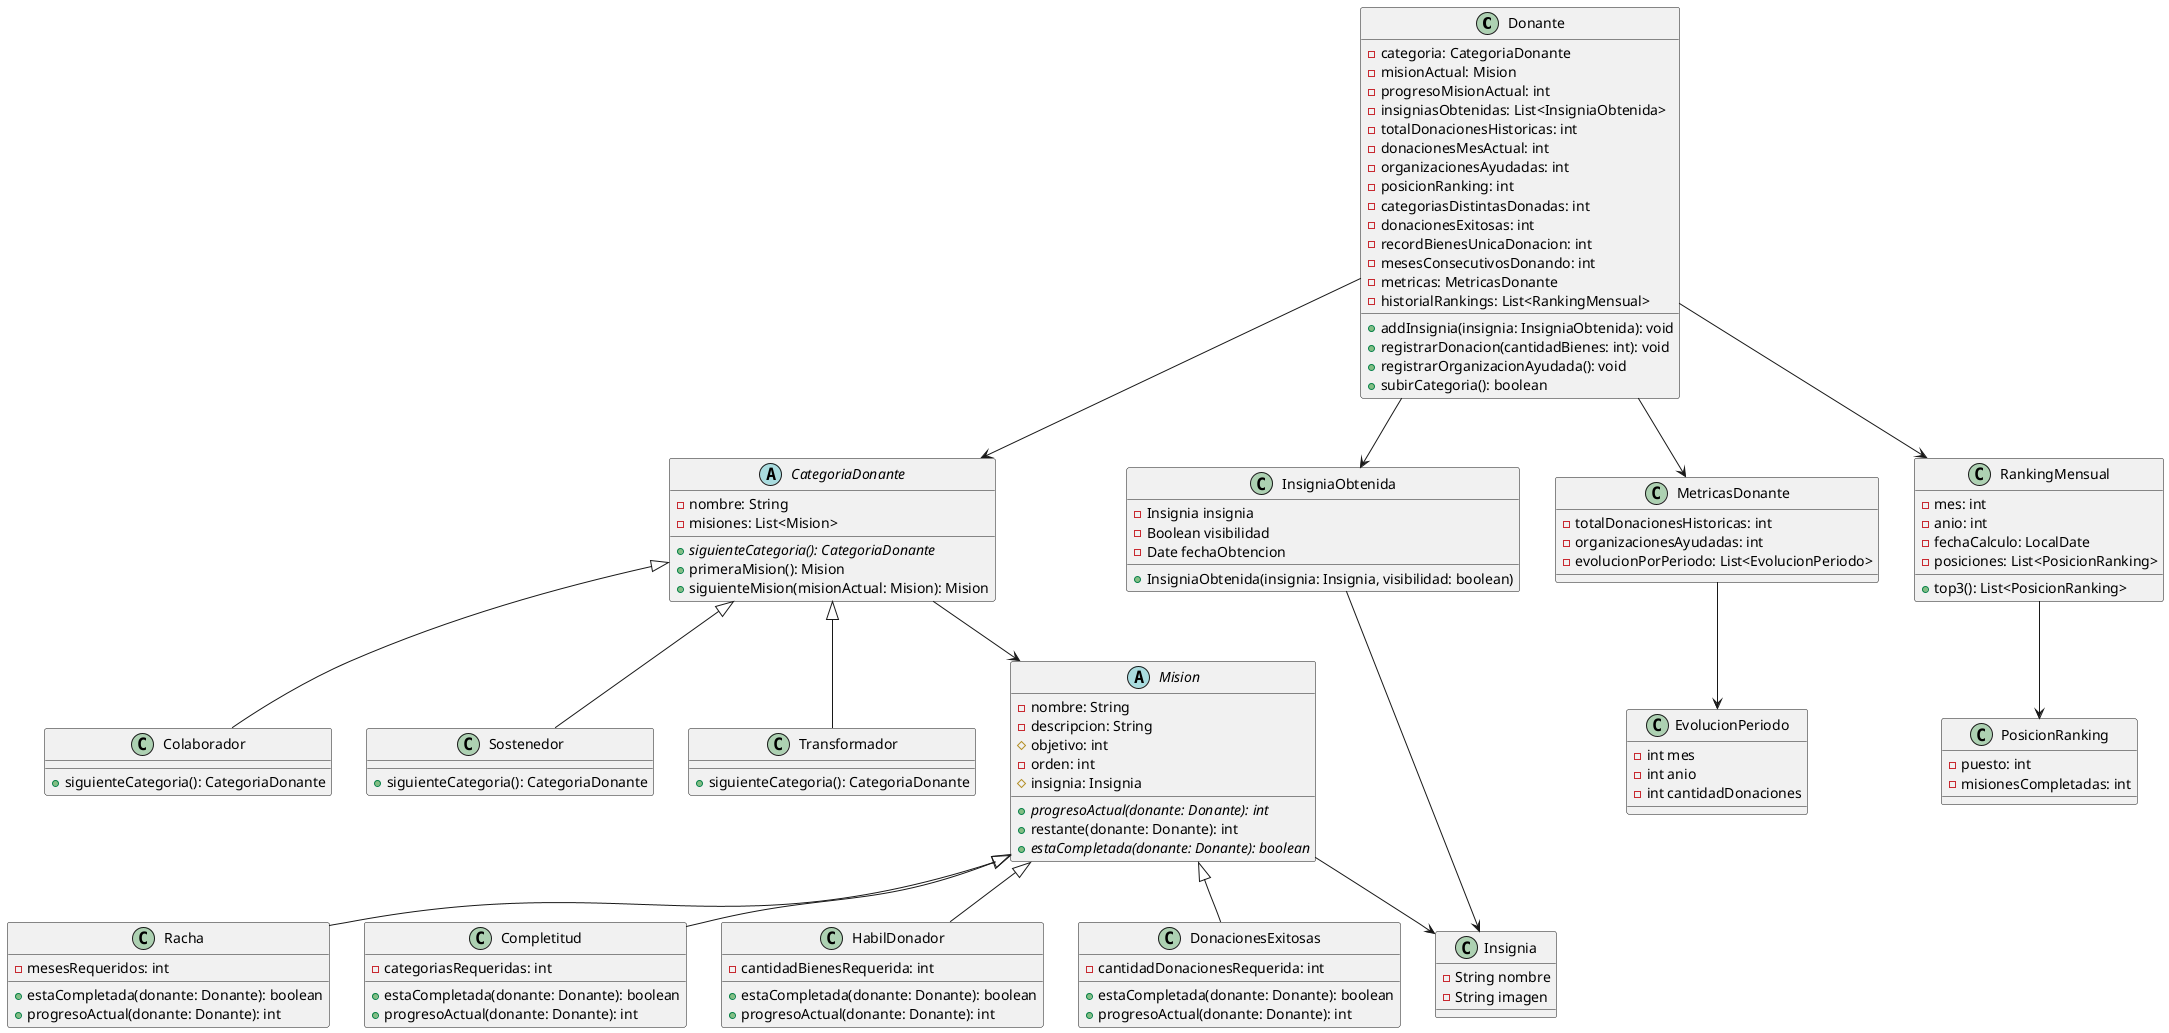
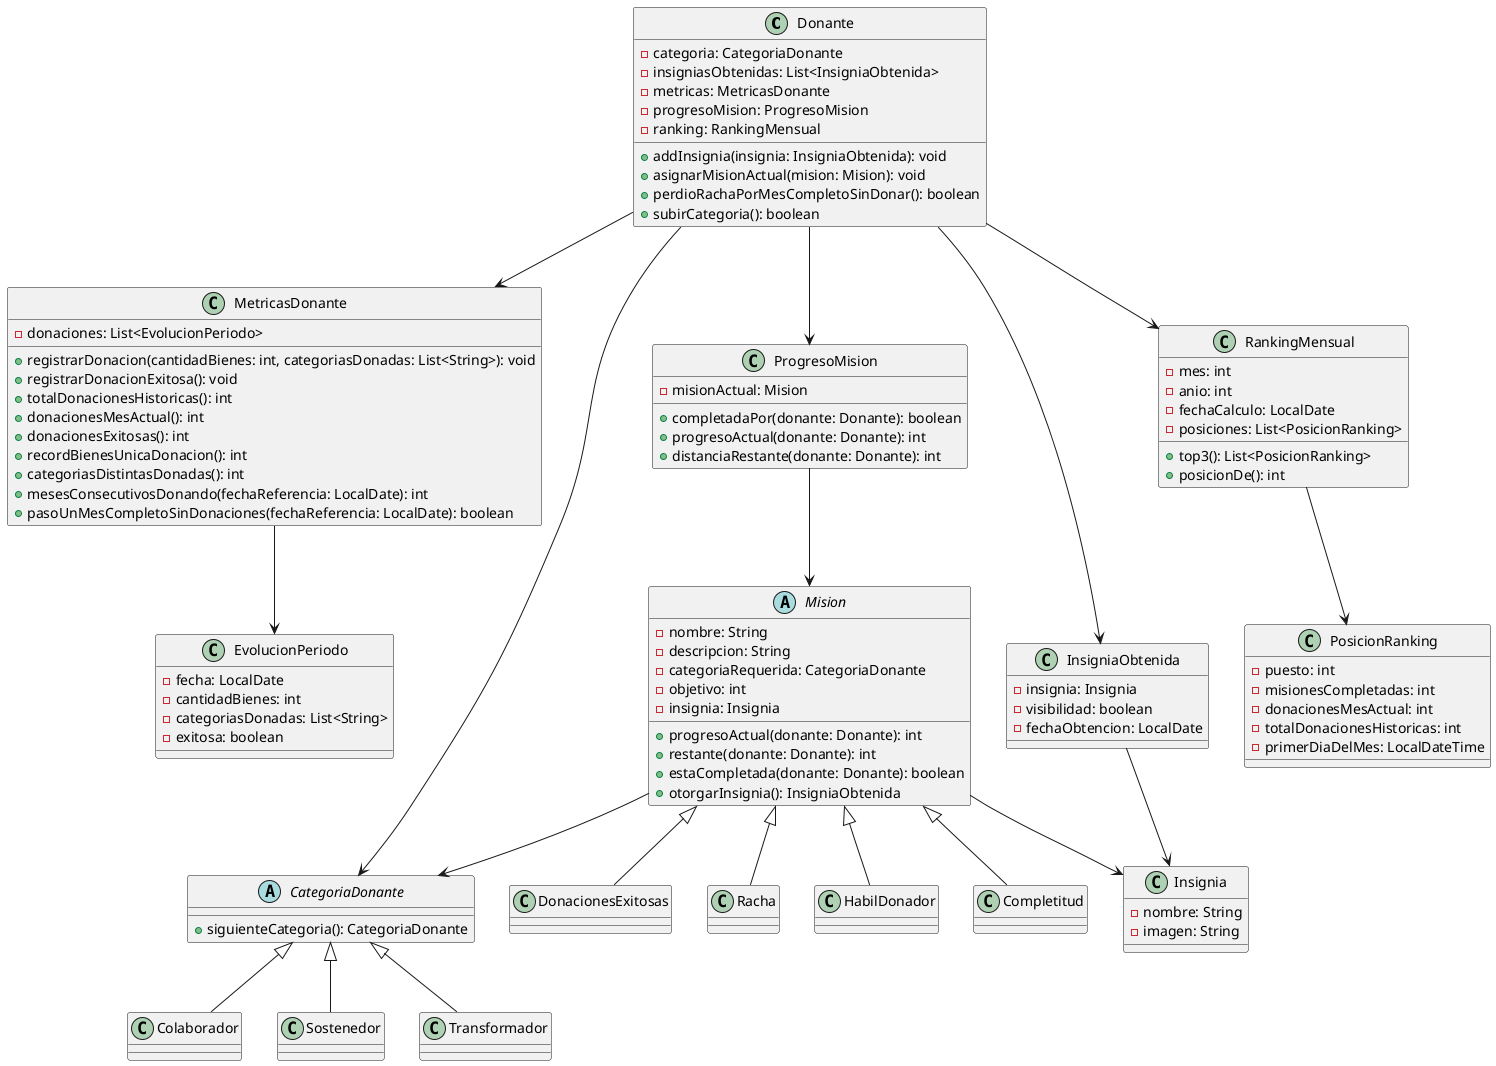
@startuml diagramaClasesIncentivosModel

class Donante {
    - categoria: CategoriaDonante
-     - misionActual: Mision
-     - progresoMisionActual: int
    - insigniasObtenidas: List<InsigniaObtenida>
-     - totalDonacionesHistoricas: int
-     - donacionesMesActual: int
-     - organizacionesAyudadas: int
-     - posicionRanking: int
-     - categoriasDistintasDonadas: int
-     - donacionesExitosas: int
-     - recordBienesUnicaDonacion: int
-     - mesesConsecutivosDonando: int
    - metricas: MetricasDonante
-     - historialRankings: List<RankingMensual>
+     - progresoMision: ProgresoMision
+     - ranking: RankingMensual
+ 
    + addInsignia(insignia: InsigniaObtenida): void
-     + registrarDonacion(cantidadBienes: int): void
-     + registrarOrganizacionAyudada(): void
+     + asignarMisionActual(mision: Mision): void
+     + perdioRachaPorMesCompletoSinDonar(): boolean
    + subirCategoria(): boolean
}


- abstract class CategoriaDonante {
-     - nombre: String
-     - misiones: List<Mision>
- 
-     + siguienteCategoria(): CategoriaDonante {abstract}
-     + primeraMision(): Mision
-     + siguienteMision(misionActual: Mision): Mision
+ class MetricasDonante {
+     - donaciones: List<EvolucionPeriodo>
+     + registrarDonacion(cantidadBienes: int, categoriasDonadas: List<String>): void
+     + registrarDonacionExitosa(): void
+     + totalDonacionesHistoricas(): int
+     + donacionesMesActual(): int
+     + donacionesExitosas(): int
+     + recordBienesUnicaDonacion(): int
+     + categoriasDistintasDonadas(): int
+     + mesesConsecutivosDonando(fechaReferencia: LocalDate): int
+     + pasoUnMesCompletoSinDonaciones(fechaReferencia: LocalDate): boolean
}

- class Colaborador extends CategoriaDonante {
+ class EvolucionPeriodo {
+     - fecha: LocalDate
+     - cantidadBienes: int
+     - categoriasDonadas: List<String>
+     - exitosa: boolean
+ }
+ 
+ class ProgresoMision {
+     - misionActual: Mision
+ 
+     + completadaPor(donante: Donante): boolean
+     + progresoActual(donante: Donante): int
+     + distanciaRestante(donante: Donante): int
+ }
+ 
+ abstract class CategoriaDonante {
    + siguienteCategoria(): CategoriaDonante
}

- class Sostenedor extends CategoriaDonante{
-     + siguienteCategoria(): CategoriaDonante
- }
- 
- class Transformador extends CategoriaDonante{
-     + siguienteCategoria(): CategoriaDonante
- }
+ class Colaborador extends CategoriaDonante
+ class Sostenedor extends CategoriaDonante
+ class Transformador extends CategoriaDonante

abstract class Mision {
    - nombre: String
    - descripcion: String
-     # objetivo: int
-     - orden: int
-     # insignia: Insignia
+     - categoriaRequerida: CategoriaDonante
+     - objetivo: int
+     - insignia: Insignia

-     + progresoActual(donante: Donante): int {abstract}
+     + progresoActual(donante: Donante): int
    + restante(donante: Donante): int
-     + estaCompletada(donante: Donante): boolean {abstract}
+     + estaCompletada(donante: Donante): boolean
+     + otorgarInsignia(): InsigniaObtenida
}

- class Racha extends Mision {
-     - mesesRequeridos: int
-     + estaCompletada(donante: Donante): boolean
-     + progresoActual(donante: Donante): int
- }
- 
- class Completitud extends Mision {
-     - categoriasRequeridas: int
-     + estaCompletada(donante: Donante): boolean
-     + progresoActual(donante: Donante): int
- }
- 
- class HabilDonador extends Mision {
-     - cantidadBienesRequerida: int
-     + estaCompletada(donante: Donante): boolean
-     + progresoActual(donante: Donante): int
- }
- 
- class DonacionesExitosas extends Mision {
-     - cantidadDonacionesRequerida: int
-     + estaCompletada(donante: Donante): boolean
-     + progresoActual(donante: Donante): int
- }
+ class DonacionesExitosas extends Mision
+ class Racha extends Mision
+ class HabilDonador extends Mision
+ class Completitud extends Mision

class Insignia {
-     - String nombre
-     - String imagen
+     - nombre: String
+     - imagen: String
}

class InsigniaObtenida {
-     - Insignia insignia
-     - Boolean visibilidad
-     - Date fechaObtencion
- 
-     + InsigniaObtenida(insignia: Insignia, visibilidad: boolean)
- }
- 
- class EvolucionPeriodo {
-     - int mes
-     - int anio
-     - int cantidadDonaciones
- }
- 
- class MetricasDonante {
-     - totalDonacionesHistoricas: int
-     - organizacionesAyudadas: int
-     - evolucionPorPeriodo: List<EvolucionPeriodo>
+     - insignia: Insignia
+     - visibilidad: boolean
+     - fechaObtencion: LocalDate
}

class PosicionRanking {
    - puesto: int
    - misionesCompletadas: int
+     - donacionesMesActual: int
+     - totalDonacionesHistoricas: int
+     - primerDiaDelMes: LocalDateTime
}

class RankingMensual {
    - mes: int
    - anio: int
    - fechaCalculo: LocalDate
    - posiciones: List<PosicionRanking>
+ 
    + top3(): List<PosicionRanking>
+     + posicionDe(): int
}
- 

Donante --> CategoriaDonante
Donante --> InsigniaObtenida
Donante --> MetricasDonante
+ Donante --> ProgresoMision
Donante --> RankingMensual

- CategoriaDonante --> Mision
+ MetricasDonante --> EvolucionPeriodo
+ ProgresoMision --> Mision

+ Mision --> CategoriaDonante
Mision --> Insignia
- 
InsigniaObtenida --> Insignia

- MetricasDonante --> EvolucionPeriodo
RankingMensual --> PosicionRanking

- @enduml+ @endumlgit